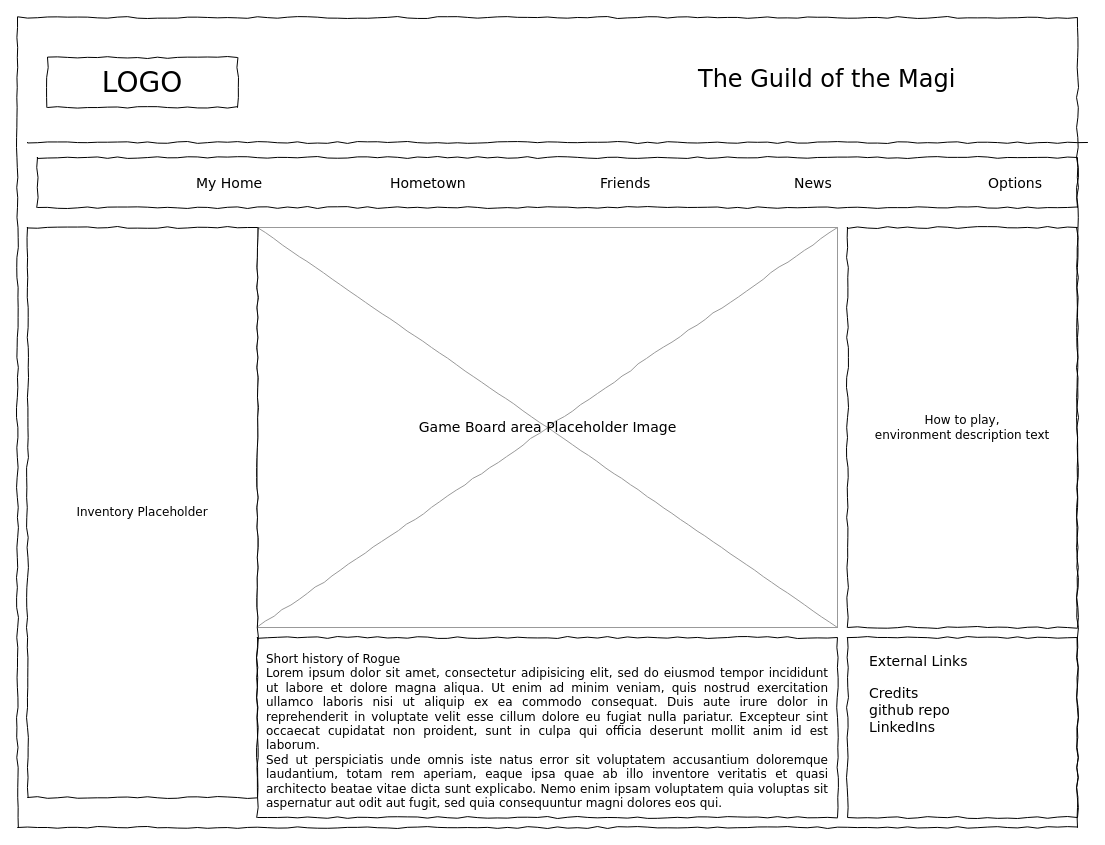
Rainbow-Collective/petsite keeps this draw.io diagram as page "Starting Page" (1 of 5) of project-management/visual-wireframe.drawio. Above is the earlier version. Source tidied: cells renumbered, new cells numbered last; positions are measured from the earlier drawing's top-left corner, leaving out a move shared by most shapes. Both pictures are drawn from the tidied source at 100%, with x=0, y=0 at pixel (17, 17).
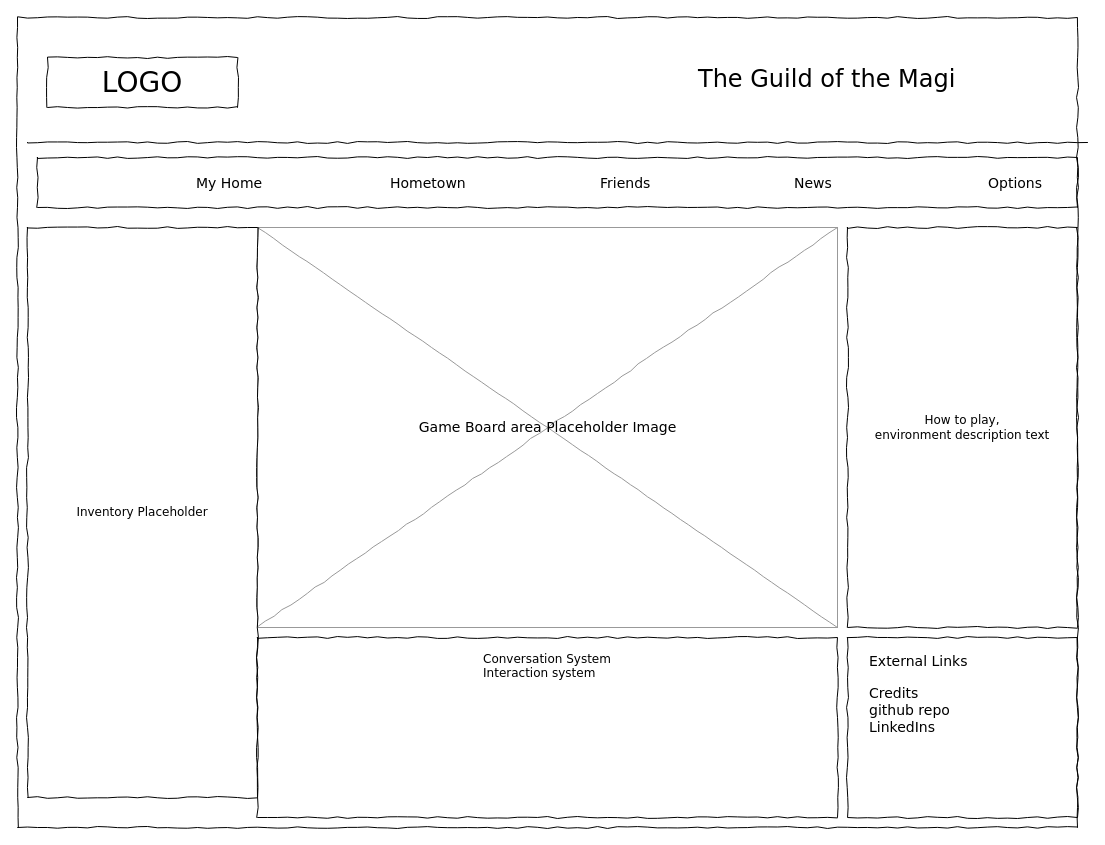
Above is the later version.

Commit message (it also covers changes not shown here):
exported new visual wireframe

Change to the diagram source:
```diff
@@
 <mxGraphModel>
   <root>
     <mxCell id="0" />
     <mxCell id="1" parent="0" />
     <mxCell id="2" style="whiteSpace=wrap;html=1;rounded=0;shadow=0;labelBackgroundColor=none;strokeColor=#000000;strokeWidth=1;fillColor=none;fontFamily=Verdana;fontSize=12;fontColor=#000000;align=center;comic=1;" parent="1" vertex="1">
       <mxGeometry width="1060" height="810" as="geometry" />
     </mxCell>
     <mxCell id="3" value="LOGO" style="whiteSpace=wrap;html=1;rounded=0;shadow=0;labelBackgroundColor=none;strokeWidth=1;fontFamily=Verdana;fontSize=28;align=center;comic=1;" parent="1" vertex="1">
       <mxGeometry x="30" y="40" width="190" height="50" as="geometry" />
     </mxCell>
     <mxCell id="4" style="line;strokeWidth=1;html=1;rounded=0;shadow=0;labelBackgroundColor=none;fillColor=none;fontFamily=Verdana;fontSize=14;fontColor=#000000;align=center;comic=1;" parent="1" vertex="1">
       <mxGeometry x="10" y="120" width="1060" height="10" as="geometry" />
     </mxCell>
     <mxCell id="5" style="whiteSpace=wrap;html=1;rounded=0;shadow=0;labelBackgroundColor=none;strokeWidth=1;fillColor=none;fontFamily=Verdana;fontSize=12;align=center;comic=1;" parent="1" vertex="1">
       <mxGeometry x="20" y="140" width="1040" height="50" as="geometry" />
     </mxCell>
     <mxCell id="6" value="My Home" style="text;html=1;align=left;verticalAlign=top;spacingTop=-4;fontSize=14;fontFamily=Verdana;" parent="1" vertex="1">
       <mxGeometry x="177" y="155" width="90" height="20" as="geometry" />
     </mxCell>
     <mxCell id="7" value="Friends" style="text;html=1;align=left;verticalAlign=top;spacingTop=-4;fontSize=14;fontFamily=Verdana;" parent="1" vertex="1">
       <mxGeometry x="581" y="155" width="60" height="20" as="geometry" />
     </mxCell>
     <mxCell id="8" value="News" style="text;html=1;align=left;verticalAlign=top;spacingTop=-4;fontSize=14;fontFamily=Verdana;" parent="1" vertex="1">
       <mxGeometry x="775" y="155" width="59" height="20" as="geometry" />
     </mxCell>
     <mxCell id="9" value="Options" style="text;html=1;align=left;verticalAlign=top;spacingTop=-4;fontSize=14;fontFamily=Verdana;" parent="1" vertex="1">
       <mxGeometry x="969" y="155" width="60" height="20" as="geometry" />
     </mxCell>
-    <mxCell id="10" value="&lt;div style=&quot;text-align: justify&quot;&gt;&lt;span&gt;Short history of Rogue &lt;br&gt;Lorem ipsum dolor sit amet, consectetur adipisicing elit, sed do eiusmod tempor incididunt ut labore et dolore magna aliqua. Ut enim ad minim veniam, quis nostrud exercitation ullamco laboris nisi ut aliquip ex ea commodo consequat. Duis aute irure dolor in reprehenderit in voluptate velit esse cillum dolore eu fugiat nulla pariatur. Excepteur sint occaecat cupidatat non proident, sunt in culpa qui officia deserunt mollit anim id est laborum.&lt;/span&gt;&lt;/div&gt;&lt;div style=&quot;text-align: justify&quot;&gt;&lt;span&gt;Sed ut perspiciatis unde omnis iste natus error sit voluptatem accusantium doloremque laudantium, totam rem aperiam, eaque ipsa quae ab illo inventore veritatis et quasi architecto beatae vitae dicta sunt explicabo. Nemo enim ipsam voluptatem quia voluptas sit aspernatur aut odit aut fugit, sed quia consequuntur magni dolores eos qui.&lt;br&gt;&lt;/span&gt;&lt;/div&gt;" style="whiteSpace=wrap;html=1;rounded=0;shadow=0;labelBackgroundColor=none;strokeWidth=1;fillColor=none;fontFamily=Verdana;fontSize=12;align=center;verticalAlign=top;spacing=10;comic=1;" parent="1" vertex="1">
+    <mxCell id="10" value="&lt;div style=&quot;text-align: justify&quot;&gt;Conversation System&lt;br&gt;Interaction system&lt;/div&gt;" style="whiteSpace=wrap;html=1;rounded=0;shadow=0;labelBackgroundColor=none;strokeWidth=1;fillColor=none;fontFamily=Verdana;fontSize=12;align=center;verticalAlign=top;spacing=10;comic=1;" parent="1" vertex="1">
       <mxGeometry x="240" y="620" width="580" height="180" as="geometry" />
     </mxCell>
     <mxCell id="11" value="Game Board area Placeholder Image" style="verticalLabelPosition=middle;shadow=0;dashed=0;align=center;html=1;verticalAlign=middle;strokeWidth=1;shape=mxgraph.mockup.graphics.simpleIcon;strokeColor=#999999;rounded=0;labelBackgroundColor=none;fontFamily=Verdana;fontSize=14;fontColor=#000000;comic=1;labelPosition=center;" parent="1" vertex="1">
       <mxGeometry x="240" y="210" width="580" height="400" as="geometry" />
     </mxCell>
     <mxCell id="12" value="How to play,&lt;br&gt;environment description text" style="whiteSpace=wrap;html=1;rounded=0;shadow=0;labelBackgroundColor=none;strokeWidth=1;fillColor=none;fontFamily=Verdana;fontSize=12;align=center;comic=1;" parent="1" vertex="1">
       <mxGeometry x="830" y="210" width="230" height="400" as="geometry" />
     </mxCell>
     <mxCell id="13" style="whiteSpace=wrap;html=1;rounded=0;shadow=0;labelBackgroundColor=none;strokeWidth=1;fillColor=none;fontFamily=Verdana;fontSize=12;align=center;comic=1;" parent="1" vertex="1">
       <mxGeometry x="830" y="620" width="230" height="180" as="geometry" />
     </mxCell>
     <mxCell id="14" value="External Links" style="text;html=1;align=left;verticalAlign=top;spacingTop=-4;fontSize=14;fontFamily=Verdana;" parent="1" vertex="1">
       <mxGeometry x="850" y="633" width="170" height="20" as="geometry" />
     </mxCell>
     <mxCell id="15" value="&lt;font style=&quot;font-size: 24px;&quot;&gt;The Guild of the Magi&lt;/font&gt;" style="text;html=1;align=left;verticalAlign=top;spacingTop=-4;fontSize=14;fontFamily=Verdana;" parent="1" vertex="1">
       <mxGeometry x="679" y="45" width="350" height="40" as="geometry" />
     </mxCell>
     <mxCell id="16" value="Credits&lt;br&gt;&lt;div&gt;github repo&lt;/div&gt;&lt;div&gt;LinkedIns&lt;br&gt;&lt;/div&gt;" style="text;html=1;align=left;verticalAlign=top;spacingTop=-4;fontSize=14;fontFamily=Verdana;" parent="1" vertex="1">
       <mxGeometry x="850" y="665" width="170" height="90" as="geometry" />
     </mxCell>
     <mxCell id="17" value="Inventory Placeholder" style="whiteSpace=wrap;html=1;rounded=0;shadow=0;labelBackgroundColor=none;strokeWidth=1;fillColor=none;fontFamily=Verdana;fontSize=12;align=center;comic=1;" parent="1" vertex="1">
       <mxGeometry x="10" y="210" width="230" height="570" as="geometry" />
     </mxCell>
     <mxCell id="18" value="Hometown" style="text;html=1;align=left;verticalAlign=top;spacingTop=-4;fontSize=14;fontFamily=Verdana;" parent="1" vertex="1">
       <mxGeometry x="371" y="155" width="90" height="20" as="geometry" />
     </mxCell>
   </root>
 </mxGraphModel>
```
